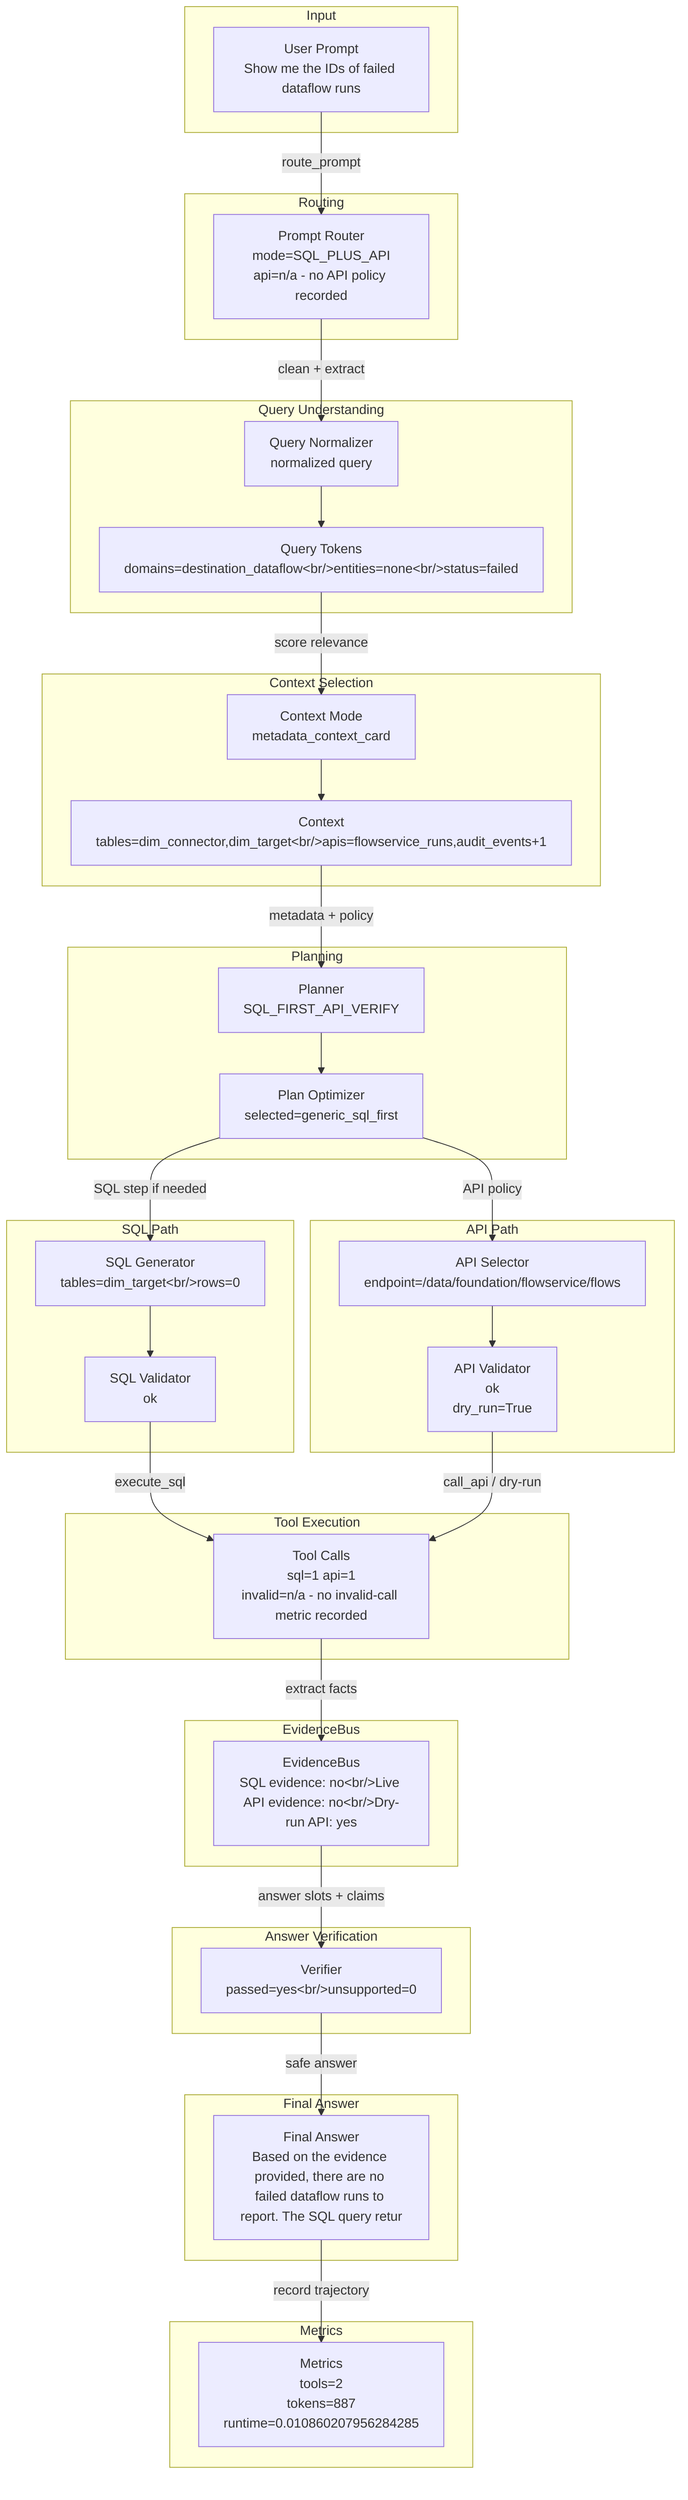
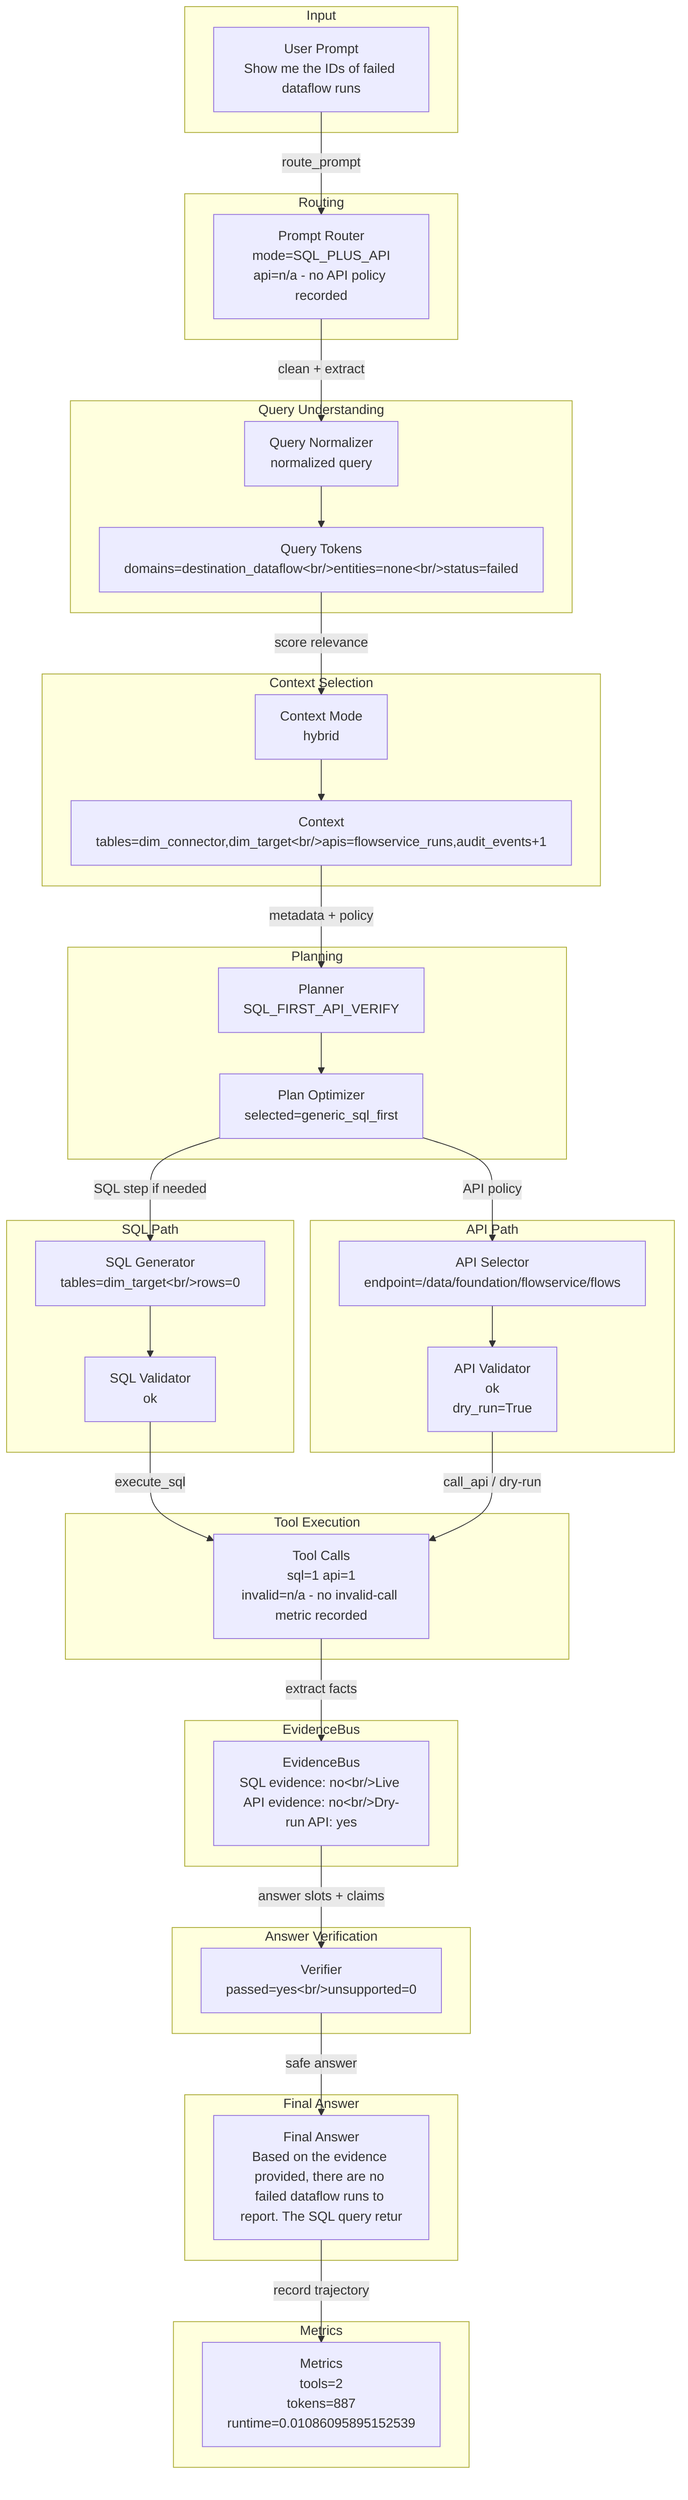
flowchart TD
  subgraph Input
    input_prompt["User Prompt<br/>Show me the IDs of failed dataflow runs"]
  end
  subgraph Routing
    router["Prompt Router<br/>mode=SQL_PLUS_API<br/>api=n/a - no API policy recorded"]
    input_prompt -->|route_prompt| router
  end
  subgraph QueryUnderstanding["Query Understanding"]
    normalizer["Query Normalizer<br/>normalized query"]
    tokens["Query Tokens<br/>domains=destination_dataflow&lt;br/&gt;entities=none&lt;br/&gt;status=failed"]
    router -->|clean + extract| normalizer --> tokens
  end
  subgraph ContextSelection["Context Selection"]
-     context["Context Mode<br/>metadata_context_card"]
+     context["Context Mode<br/>hybrid"]
    candidates["Context<br/>tables=dim_connector,dim_target&lt;br/&gt;apis=flowservice_runs,audit_events+1"]
    tokens -->|score relevance| context --> candidates
  end
  subgraph Planning
    planner["Planner<br/>SQL_FIRST_API_VERIFY"]
    optimizer["Plan Optimizer<br/>selected=generic_sql_first"]
    candidates -->|metadata + policy| planner --> optimizer
  end
  subgraph SQLPath["SQL Path"]
    sqlgen["SQL Generator<br/>tables=dim_target&lt;br/&gt;rows=0"]
    sqlval["SQL Validator<br/>ok"]
    optimizer -->|SQL step if needed| sqlgen --> sqlval
  end
  subgraph APIPath["API Path"]
    apisel["API Selector<br/>endpoint=/data/foundation/flowservice/flows"]
    apival["API Validator<br/>ok<br/>dry_run=True"]
    optimizer -->|API policy| apisel --> apival
  end
  subgraph ToolExecution["Tool Execution"]
    tools["Tool Calls<br/>sql=1 api=1<br/>invalid=n/a - no invalid-call metric recorded"]
    sqlval -->|execute_sql| tools
    apival -->|call_api / dry-run| tools
  end
  subgraph EvidenceBus
    evidence["EvidenceBus<br/>SQL evidence: no&lt;br/&gt;Live API evidence: no&lt;br/&gt;Dry-run API: yes"]
    tools -->|extract facts| evidence
  end
  subgraph AnswerVerification["Answer Verification"]
    verifier["Verifier<br/>passed=yes&lt;br/&gt;unsupported=0"]
    evidence -->|answer slots + claims| verifier
  end
  subgraph FinalAnswer["Final Answer"]
    answer["Final Answer<br/>Based on the evidence provided, there are no failed dataflow runs to report. The SQL query retur"]
    verifier -->|safe answer| answer
  end
  subgraph Metrics
-     metrics["Metrics<br/>tools=2<br/>tokens=887<br/>runtime=0.010860207956284285"]
+     metrics["Metrics<br/>tools=2<br/>tokens=887<br/>runtime=0.01086095895152539"]
    answer -->|record trajectory| metrics
  end
